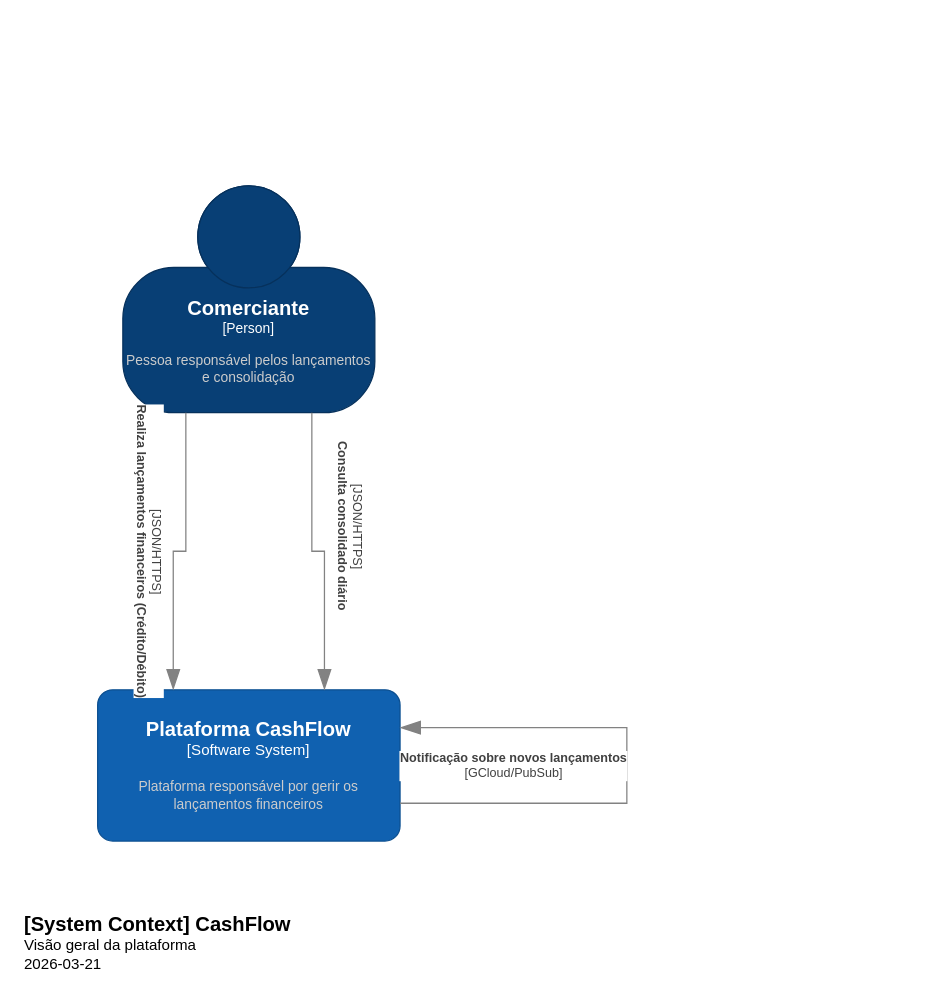
charliers/cashflow_challenge keeps this draw.io diagram as page "C4_SystemContext" (1 of 2) of doc/CashFlow_Challenge_Archi_v1.drawio. Above is the earlier version. Source tidied: cells renumbered, new cells numbered last; positions are measured from the earlier drawing's top-left corner, leaving out a move shared by most shapes. Both pictures are drawn from the tidied source at 126%, with x=0, y=0 at pixel (21, 185).
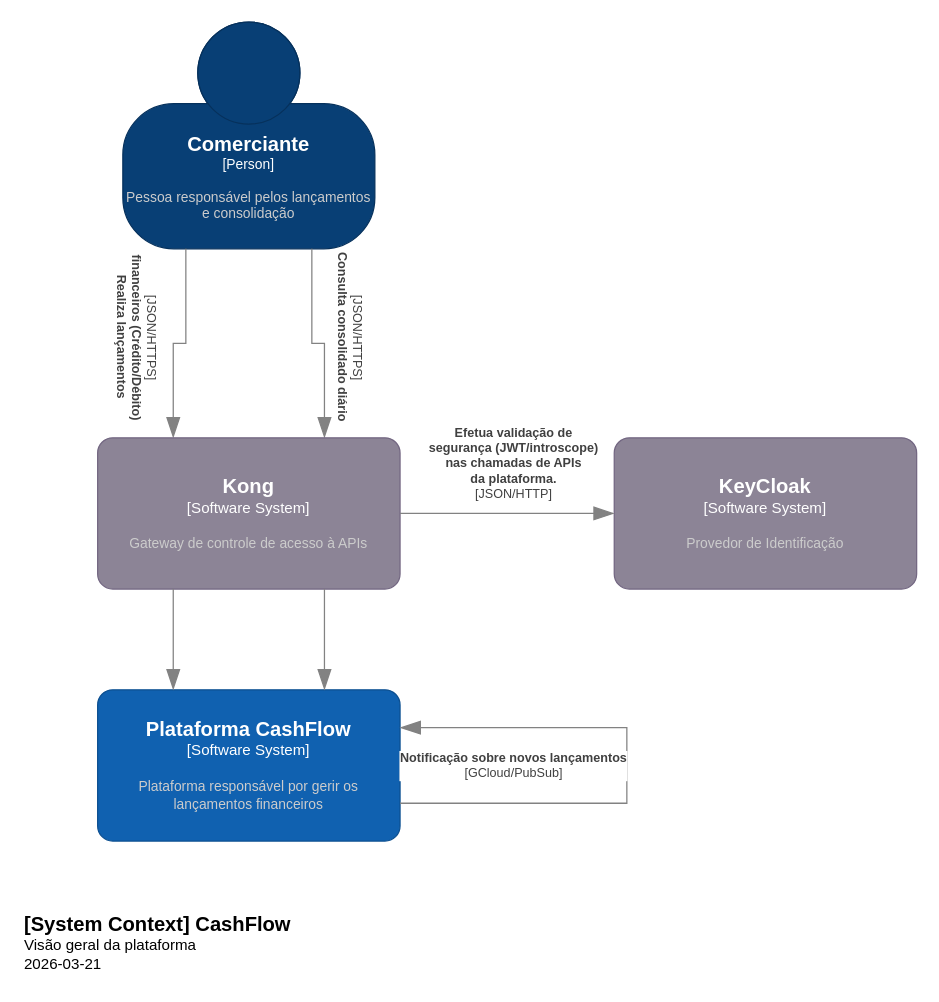
The same diagram, later.

Commit message (it also covers changes not shown here):
Ajuste nos componentes, adicionando camada de gateway (Kong) e controle de segurança (KeyCloak).

Unchanged cells that the change refers to:
```xml
<object id="4" label="&lt;font style=&quot;font-size: 16px&quot;&gt;&lt;b&gt;%c4Name%&lt;/b&gt;&lt;/font&gt;&lt;div&gt;[%c4Type%]&lt;/div&gt;&lt;br&gt;&lt;div&gt;&lt;font style=&quot;font-size: 11px&quot;&gt;&lt;font color=&quot;#cccccc&quot;&gt;%c4Description%&lt;/font&gt;&lt;/div&gt;" c4Description="Plataforma responsável por gerir os lançamentos financeiros" c4Name="Plataforma CashFlow" c4Type="Software System" placeholders="1">
  <mxCell style="rounded=1;whiteSpace=wrap;html=1;labelBackgroundColor=none;fillColor=#1061B0;fontColor=#ffffff;align=center;arcSize=10;strokeColor=#0D5091;points=[[0.25,0,0],[0.5,0,0],[0.75,0,0],[1,0.25,0],[1,0.5,0],[1,0.75,0],[0.75,1,0],[0.5,1,0],[0.25,1,0],[0,0.75,0],[0,0.5,0],[0,0.25,0]];" parent="1" vertex="1">
    <mxGeometry x="60" y="400" width="240" height="120" as="geometry" />
  </mxCell>
</object>
```

Change to the diagram source:
```diff
@@
     <object id="3" label="&lt;font style=&quot;font-size: 16px&quot;&gt;&lt;b&gt;%c4Name%&lt;/b&gt;&lt;/font&gt;&lt;div&gt;[%c4Type%]&lt;/div&gt;&lt;br&gt;&lt;div&gt;&lt;font style=&quot;font-size: 11px&quot;&gt;&lt;font color=&quot;#cccccc&quot;&gt;%c4Description%&lt;/font&gt;&lt;/div&gt;" c4Description="Pessoa responsável pelos lançamentos e consolidação" c4Name="Comerciante" c4Type="Person" placeholders="1">
       <mxCell style="html=1;fontSize=11;dashed=0;whiteSpace=wrap;fillColor=#083F75;strokeColor=#06315C;fontColor=#ffffff;shape=mxgraph.c4.person2;align=center;points=[[0.5,0,0],[1,0.5,0],[1,0.75,0],[0.75,1,0],[0.5,1,0],[0.25,1,0],[0,0.75,0],[0,0.5,0]];" parent="1" vertex="1">
-        <mxGeometry x="80" width="200" height="180" as="geometry" />
+        <mxGeometry x="80" y="-130" width="200" height="180" as="geometry" />
       </mxCell>
     </object>
@@
-    <object id="5" label="&lt;div style=&quot;text-align: left&quot;&gt;&lt;div style=&quot;text-align: center&quot;&gt;&lt;b&gt;%c4Description%&lt;/b&gt;&lt;/div&gt;&lt;div style=&quot;text-align: center&quot;&gt;[%c4Technology%]&lt;/div&gt;&lt;/div&gt;" c4Description="Realiza lançamentos financeiros (Crédito/Débito)" c4Technology="JSON/HTTPS" placeholders="1">
-      <mxCell style="endArrow=blockThin;html=1;fontSize=10;fontColor=#404040;strokeWidth=1;endFill=1;strokeColor=#828282;elbow=vertical;endSize=14;startSize=14;jumpStyle=arc;jumpSize=16;rounded=0;edgeStyle=orthogonalEdgeStyle;exitX=0.25;exitY=1;exitDx=0;exitDy=0;exitPerimeter=0;entryX=0.25;entryY=0;entryDx=0;entryDy=0;entryPerimeter=0;textDirection=vertical-lr;" parent="1" edge="1" source="3" target="4">
-        <mxGeometry x="0.04" y="-20" relative="1" as="geometry" />
+    <object id="5" label="&lt;div style=&quot;text-align: left&quot;&gt;&lt;div style=&quot;text-align: center&quot;&gt;&lt;b&gt;%c4Description%&lt;/b&gt;&lt;/div&gt;&lt;div style=&quot;text-align: center&quot;&gt;[%c4Technology%]&lt;/div&gt;&lt;/div&gt;" c4Description="Realiza lançamentos&#10; financeiros (Crédito/Débito)" c4Technology="JSON/HTTPS" placeholders="1">
+      <mxCell style="endArrow=blockThin;html=1;fontSize=10;fontColor=#404040;strokeWidth=1;endFill=1;strokeColor=#828282;elbow=vertical;endSize=14;startSize=14;jumpStyle=arc;jumpSize=16;rounded=0;edgeStyle=orthogonalEdgeStyle;exitX=0.25;exitY=1;exitDx=0;exitDy=0;exitPerimeter=0;entryX=0.25;entryY=0;entryDx=0;entryDy=0;entryPerimeter=0;textDirection=vertical-lr;" parent="1" edge="1" source="3" target="8">
+        <mxGeometry x="0.06" y="-30" relative="1" as="geometry">
+          <mxPoint y="-5" as="offset" />
+        </mxGeometry>
       </mxCell>
     </object>
     <object id="6" label="&lt;div style=&quot;text-align: left&quot;&gt;&lt;div style=&quot;text-align: center&quot;&gt;&lt;b&gt;%c4Description%&lt;/b&gt;&lt;/div&gt;&lt;div style=&quot;text-align: center&quot;&gt;[%c4Technology%]&lt;/div&gt;&lt;/div&gt;" c4Description="Consulta consolidado diário" c4Technology="JSON/HTTPS" placeholders="1">
-      <mxCell style="endArrow=blockThin;html=1;fontSize=10;fontColor=#404040;strokeWidth=1;endFill=1;strokeColor=#828282;elbow=vertical;endSize=14;startSize=14;jumpStyle=arc;jumpSize=16;rounded=0;edgeStyle=orthogonalEdgeStyle;exitX=0.75;exitY=1;exitDx=0;exitDy=0;exitPerimeter=0;entryX=0.75;entryY=0;entryDx=0;entryDy=0;entryPerimeter=0;textDirection=vertical-lr;" parent="1" edge="1" source="3" target="4">
-        <mxGeometry x="0.04" y="28" relative="1" as="geometry">
-          <mxPoint x="-8" y="-20" as="offset" />
+      <mxCell style="endArrow=blockThin;html=1;fontSize=10;fontColor=#404040;strokeWidth=1;endFill=1;strokeColor=#828282;elbow=vertical;endSize=14;startSize=14;jumpStyle=arc;jumpSize=16;rounded=0;edgeStyle=orthogonalEdgeStyle;exitX=0.75;exitY=1;exitDx=0;exitDy=0;exitPerimeter=0;entryX=0.75;entryY=0;entryDx=0;entryDy=0;entryPerimeter=0;textDirection=vertical-lr;" parent="1" edge="1" source="3" target="8">
+        <mxGeometry x="0.06" y="21" relative="1" as="geometry">
+          <mxPoint x="-1" y="-5" as="offset" />
         </mxGeometry>
       </mxCell>
     </object>
@@
+    <object id="8" label="&lt;font style=&quot;font-size: 16px&quot;&gt;&lt;b&gt;%c4Name%&lt;/b&gt;&lt;/font&gt;&lt;div&gt;[%c4Type%]&lt;/div&gt;&lt;br&gt;&lt;div&gt;&lt;font style=&quot;font-size: 11px&quot;&gt;&lt;font color=&quot;#cccccc&quot;&gt;%c4Description%&lt;/font&gt;&lt;/div&gt;" c4Description="Gateway de controle de acesso à APIs" c4Name="Kong" c4Type="Software System" placeholders="1">
+      <mxCell style="rounded=1;whiteSpace=wrap;html=1;labelBackgroundColor=none;fillColor=#8C8496;fontColor=#ffffff;align=center;arcSize=10;strokeColor=#736782;points=[[0.25,0,0],[0.5,0,0],[0.75,0,0],[1,0.25,0],[1,0.5,0],[1,0.75,0],[0.75,1,0],[0.5,1,0],[0.25,1,0],[0,0.75,0],[0,0.5,0],[0,0.25,0]];" parent="1" vertex="1">
+        <mxGeometry x="60" y="200" width="240" height="120" as="geometry" />
+      </mxCell>
+    </object>
+    <object id="9" label="&lt;font style=&quot;font-size: 16px&quot;&gt;&lt;b&gt;%c4Name%&lt;/b&gt;&lt;/font&gt;&lt;div&gt;[%c4Type%]&lt;/div&gt;&lt;br&gt;&lt;div&gt;&lt;font style=&quot;font-size: 11px&quot;&gt;&lt;font color=&quot;#cccccc&quot;&gt;%c4Description%&lt;/font&gt;&lt;/div&gt;" c4Description="Provedor de Identificação" c4Name="KeyCloak" c4Type="Software System" placeholders="1">
+      <mxCell style="rounded=1;whiteSpace=wrap;html=1;labelBackgroundColor=none;fillColor=#8C8496;fontColor=#ffffff;align=center;arcSize=10;strokeColor=#736782;points=[[0.25,0,0],[0.5,0,0],[0.75,0,0],[1,0.25,0],[1,0.5,0],[1,0.75,0],[0.75,1,0],[0.5,1,0],[0.25,1,0],[0,0.75,0],[0,0.5,0],[0,0.25,0]];" parent="1" vertex="1">
+        <mxGeometry x="470" y="200" width="240" height="120" as="geometry" />
+      </mxCell>
+    </object>
+    <mxCell id="10" style="endArrow=blockThin;html=1;fontSize=10;fontColor=#404040;strokeWidth=1;endFill=1;strokeColor=#828282;elbow=vertical;endSize=14;startSize=14;jumpStyle=arc;jumpSize=16;rounded=0;edgeStyle=orthogonalEdgeStyle;exitX=0.25;exitY=1;exitDx=0;exitDy=0;exitPerimeter=0;entryX=0.25;entryY=0;entryDx=0;entryDy=0;entryPerimeter=0;" parent="1" edge="1" source="8" target="4">
+      <mxGeometry relative="1" as="geometry" />
+    </mxCell>
+    <mxCell id="11" style="endArrow=blockThin;html=1;fontSize=10;fontColor=#404040;strokeWidth=1;endFill=1;strokeColor=#828282;elbow=vertical;endSize=14;startSize=14;jumpStyle=arc;jumpSize=16;rounded=0;edgeStyle=orthogonalEdgeStyle;exitX=0.75;exitY=1;exitDx=0;exitDy=0;exitPerimeter=0;entryX=0.75;entryY=0;entryDx=0;entryDy=0;entryPerimeter=0;" parent="1" edge="1" source="8" target="4">
+      <mxGeometry relative="1" as="geometry" />
+    </mxCell>
+    <object id="12" label="&lt;div style=&quot;text-align: left&quot;&gt;&lt;div style=&quot;text-align: center&quot;&gt;&lt;b&gt;%c4Description%&lt;/b&gt;&lt;/div&gt;&lt;div style=&quot;text-align: center&quot;&gt;[%c4Technology%]&lt;/div&gt;&lt;/div&gt;" c4Description="Efetua validação de &#10;segurança (JWT/introscope) &#10;nas chamadas de APIs &#10;da plataforma." c4Technology="JSON/HTTP" placeholders="1">
+      <mxCell style="endArrow=blockThin;html=1;fontSize=10;fontColor=#404040;strokeWidth=1;endFill=1;strokeColor=#828282;elbow=vertical;endSize=14;startSize=14;jumpStyle=arc;jumpSize=16;rounded=0;edgeStyle=orthogonalEdgeStyle;entryX=0;entryY=0.5;entryDx=0;entryDy=0;entryPerimeter=0;exitX=1;exitY=0.5;exitDx=0;exitDy=0;exitPerimeter=0;" parent="1" edge="1" source="8" target="9">
+        <mxGeometry x="0.06" y="40" relative="1" as="geometry" />
+      </mxCell>
+    </object>
```
